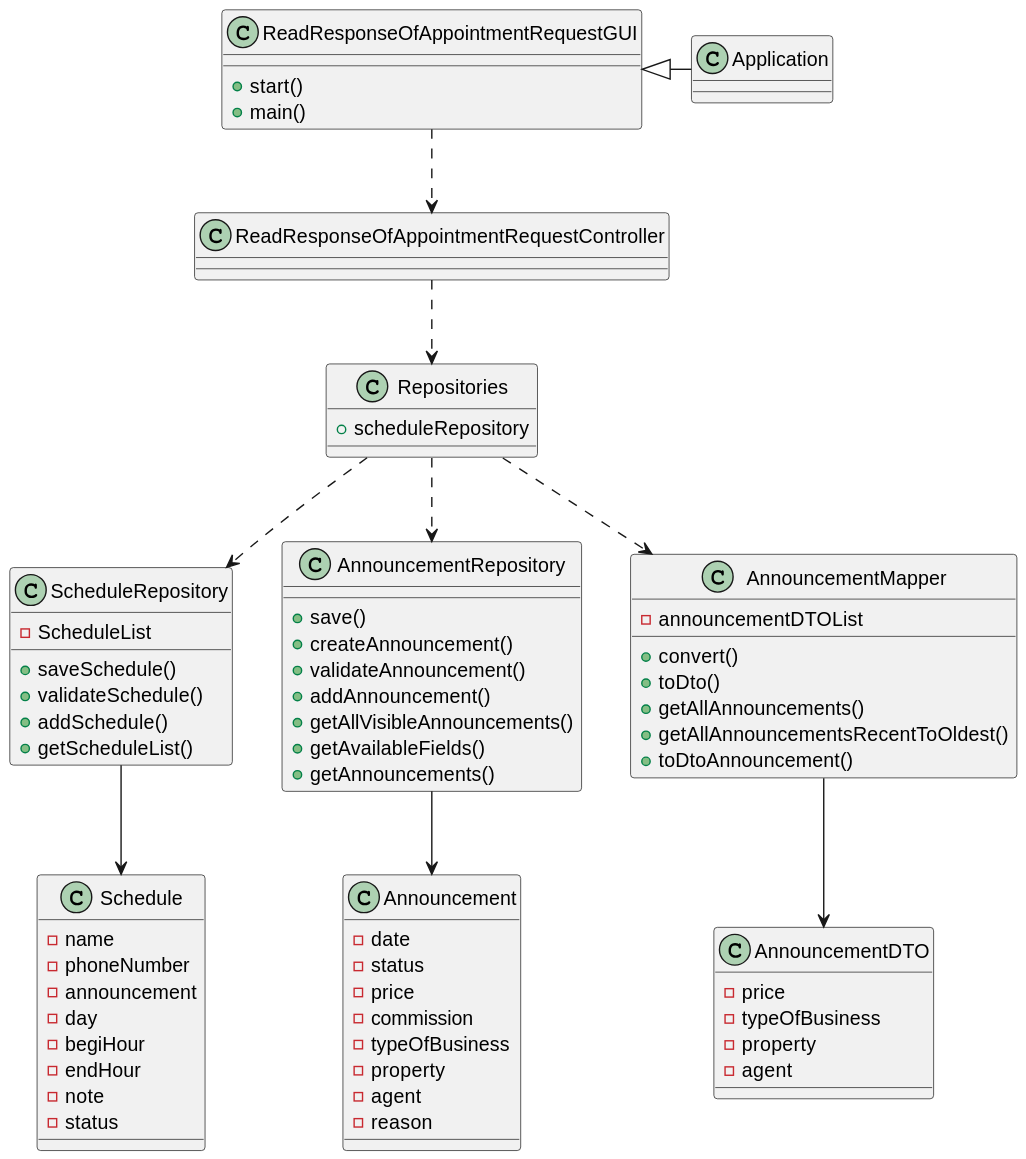
Earlier version of the PlantUML export docs/sprintD/US020/03.design/svg/CD.svg (tiagohcorreia/LAPR2).
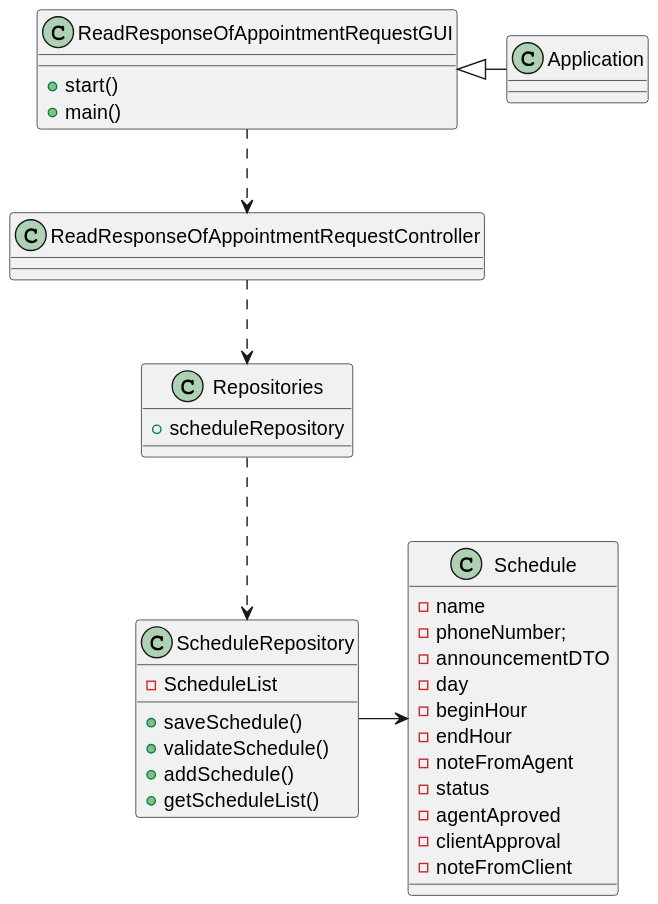
After the change.

Commit message:
[US020] Class diagram updated

Diff of the diagram source:
```diff
@@ -9,18 +9,19 @@
 
 }
 
-
-
 class Schedule {
 
     - name
-    - phoneNumber
-    - announcement
+    - phoneNumber;
+    - announcementDTO
     - day
-    - begiHour
+    - beginHour
     - endHour
-    - note
+    - noteFromAgent
     - status
+    - agentAproved
+    - clientApproval
+    - noteFromClient
 }
 
 class Repositories {
@@ -37,55 +38,10 @@
     + getScheduleList()
 }
 
-class AnnouncementRepository {
-
-    + save()
-    + createAnnouncement()
-    + validateAnnouncement()
-    + addAnnouncement()
-    + getAllVisibleAnnouncements()
-    + getAvailableFields()
-    + getAnnouncements()
-}
-
-class AnnouncementDTO {
-
-    - price
-    - typeOfBusiness
-    - property
-    - agent
-}
-
-class AnnouncementMapper {
-
-    - announcementDTOList
-    + convert()
-    + toDto()
-    + getAllAnnouncements()
-    + getAllAnnouncementsRecentToOldest()
-    + toDtoAnnouncement()
-}
-
-class Announcement {
-
-    -  date
-    -  status
-    -  price
-    -  commission
-    -  typeOfBusiness
-    -  property
-    -  agent
-    -  reason
-}
-
 
 ReadResponseOfAppointmentRequestGUI ..> ReadResponseOfAppointmentRequestController
 ReadResponseOfAppointmentRequestController ..> Repositories
-Repositories ..> AnnouncementRepository
-AnnouncementRepository --> Announcement
-Repositories ..> AnnouncementMapper
 Repositories ..> ScheduleRepository
-AnnouncementMapper --> AnnouncementDTO
-ScheduleRepository --> Schedule
+ScheduleRepository -right-> Schedule
 Application -left-|> ReadResponseOfAppointmentRequestGUI
 @enduml
```
